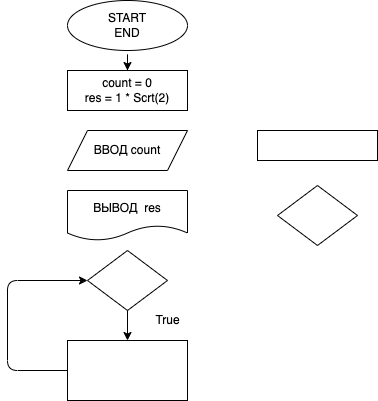
This is ex000.drawio.png from YuliyaSopovskaya/Practice, a draw.io export, as it was before one commit. Source tidied: cells renumbered, new cells last; positions are measured from the earlier drawing's top-left corner, leaving out a move shared by most shapes.
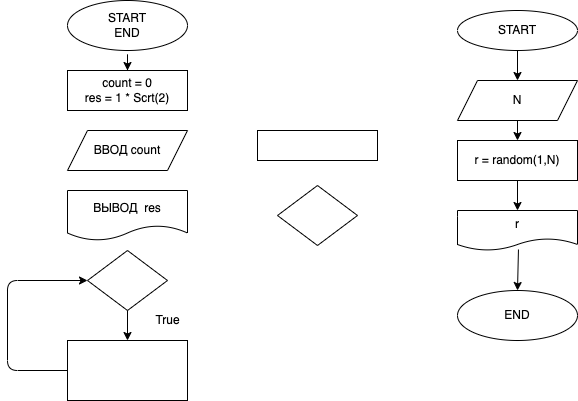
After the change.

The edit, as a diff of the source:
```diff
@@ -48,5 +48,32 @@
         </Array>
       </mxGeometry>
     </mxCell>
+    <mxCell id="14" style="edgeStyle=none;html=1;exitX=0.5;exitY=1;exitDx=0;exitDy=0;entryX=0.5;entryY=0;entryDx=0;entryDy=0;" parent="1" edge="1" source="15" target="17">
+      <mxGeometry relative="1" as="geometry" />
+    </mxCell>
+    <mxCell id="15" value="START&lt;br&gt;" style="ellipse;whiteSpace=wrap;html=1;" parent="1" vertex="1">
+      <mxGeometry x="450" y="10" width="120" height="40" as="geometry" />
+    </mxCell>
+    <mxCell id="16" style="edgeStyle=none;html=1;" parent="1" edge="1" source="17" target="19">
+      <mxGeometry relative="1" as="geometry" />
+    </mxCell>
+    <mxCell id="17" value="N" style="shape=parallelogram;perimeter=parallelogramPerimeter;whiteSpace=wrap;html=1;fixedSize=1;" parent="1" vertex="1">
+      <mxGeometry x="450" y="80" width="120" height="40" as="geometry" />
+    </mxCell>
+    <mxCell id="18" style="edgeStyle=none;html=1;" parent="1" edge="1" source="19" target="21">
+      <mxGeometry relative="1" as="geometry" />
+    </mxCell>
+    <mxCell id="19" value="r = random(1,N)" style="whiteSpace=wrap;html=1;" parent="1" vertex="1">
+      <mxGeometry x="450" y="140" width="120" height="40" as="geometry" />
+    </mxCell>
+    <mxCell id="20" style="edgeStyle=none;html=1;entryX=0.5;entryY=0;entryDx=0;entryDy=0;exitX=0.508;exitY=0.975;exitDx=0;exitDy=0;exitPerimeter=0;" parent="1" edge="1" source="21" target="22">
+      <mxGeometry relative="1" as="geometry" />
+    </mxCell>
+    <mxCell id="21" value="r" style="shape=document;whiteSpace=wrap;html=1;boundedLbl=1;" parent="1" vertex="1">
+      <mxGeometry x="450" y="210" width="120" height="40" as="geometry" />
+    </mxCell>
+    <mxCell id="22" value="END" style="ellipse;whiteSpace=wrap;html=1;" parent="1" vertex="1">
+      <mxGeometry x="450" y="290" width="120" height="50" as="geometry" />
+    </mxCell>
   </root>
 </mxGraphModel>
```
